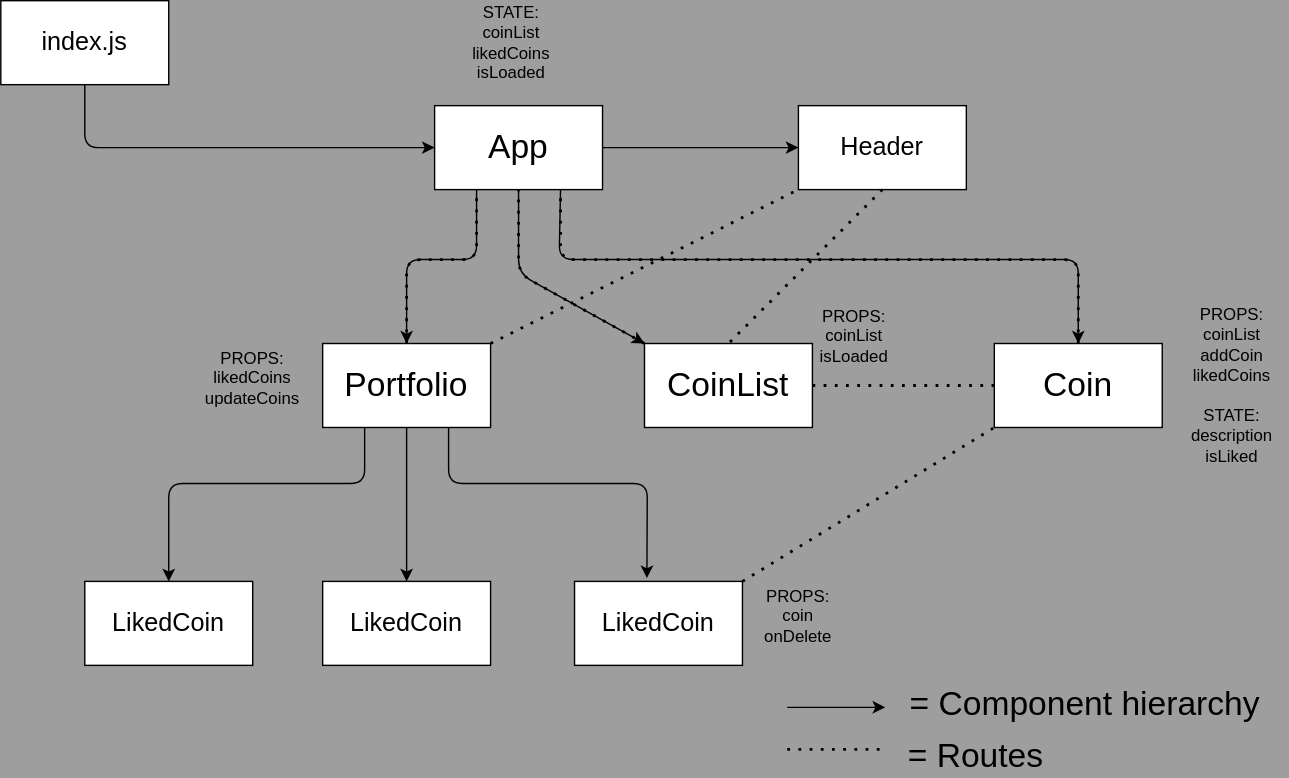
matthewkohn/crypto-explorer keeps this draw.io diagram as media/hierarchy.drawio.svg. Above is the earlier version. Source tidied: cells renumbered, new cells last; positions are measured from the earlier drawing's top-left corner, leaving out a move shared by most shapes. Its diagram source:
```xml
<mxGraphModel background="#9E9E9E">
  <root>
    <mxCell id="0" />
    <mxCell id="1" parent="0" />
    <mxCell id="2" style="edgeStyle=none;html=1;entryX=0;entryY=0.5;entryDx=0;entryDy=0;exitX=0.5;exitY=1;exitDx=0;exitDy=0;" parent="1" edge="1" source="3" target="6">
      <mxGeometry relative="1" as="geometry">
        <Array as="points">
          <mxPoint x="60" y="105" />
        </Array>
      </mxGeometry>
    </mxCell>
    <mxCell id="3" value="&lt;font style=&quot;font-size: 18px&quot;&gt;index.js&lt;/font&gt;" style="rounded=0;whiteSpace=wrap;html=1;" parent="1" vertex="1">
      <mxGeometry width="120" height="60" as="geometry" />
    </mxCell>
    <mxCell id="4" style="edgeStyle=none;html=1;exitX=0.25;exitY=1;exitDx=0;exitDy=0;" parent="1" edge="1" source="6" target="8">
      <mxGeometry relative="1" as="geometry">
        <Array as="points">
          <mxPoint x="340" y="185" />
          <mxPoint x="290" y="185" />
        </Array>
      </mxGeometry>
    </mxCell>
    <mxCell id="5" style="edgeStyle=none;html=1;entryX=0;entryY=0;entryDx=0;entryDy=0;exitX=0.5;exitY=1;exitDx=0;exitDy=0;" parent="1" edge="1" source="6" target="14">
      <mxGeometry relative="1" as="geometry">
        <Array as="points">
          <mxPoint x="370" y="195" />
        </Array>
      </mxGeometry>
    </mxCell>
    <mxCell id="6" value="&lt;font style=&quot;font-size: 24px&quot;&gt;App&lt;/font&gt;" style="rounded=0;whiteSpace=wrap;html=1;" parent="1" vertex="1">
      <mxGeometry x="310" y="75" width="120" height="60" as="geometry" />
    </mxCell>
    <mxCell id="7" style="edgeStyle=none;html=1;entryX=0.5;entryY=0;entryDx=0;entryDy=0;exitX=0.25;exitY=1;exitDx=0;exitDy=0;" parent="1" edge="1" source="8" target="9">
      <mxGeometry relative="1" as="geometry">
        <Array as="points">
          <mxPoint x="260" y="345" />
          <mxPoint x="120" y="345" />
        </Array>
      </mxGeometry>
    </mxCell>
    <mxCell id="8" value="&lt;font style=&quot;font-size: 24px&quot;&gt;Portfolio&lt;/font&gt;" style="rounded=0;whiteSpace=wrap;html=1;" parent="1" vertex="1">
      <mxGeometry x="230" y="245" width="120" height="60" as="geometry" />
    </mxCell>
    <mxCell id="9" value="&lt;font style=&quot;font-size: 18px&quot;&gt;LikedCoin&lt;/font&gt;" style="rounded=0;whiteSpace=wrap;html=1;" parent="1" vertex="1">
      <mxGeometry x="60" y="415" width="120" height="60" as="geometry" />
    </mxCell>
    <mxCell id="10" style="edgeStyle=none;html=1;exitX=0.5;exitY=1;exitDx=0;exitDy=0;entryX=0.5;entryY=0;entryDx=0;entryDy=0;" parent="1" edge="1" source="8" target="11">
      <mxGeometry relative="1" as="geometry">
        <Array as="points">
          <mxPoint x="290" y="375" />
        </Array>
      </mxGeometry>
    </mxCell>
    <mxCell id="11" value="&lt;font style=&quot;font-size: 18px&quot;&gt;LikedCoin&lt;/font&gt;" style="rounded=0;whiteSpace=wrap;html=1;" parent="1" vertex="1">
      <mxGeometry x="230" y="415" width="120" height="60" as="geometry" />
    </mxCell>
    <mxCell id="12" style="edgeStyle=none;html=1;exitX=0.75;exitY=1;exitDx=0;exitDy=0;entryX=0.431;entryY=-0.039;entryDx=0;entryDy=0;entryPerimeter=0;" parent="1" edge="1" source="8" target="13">
      <mxGeometry relative="1" as="geometry">
        <Array as="points">
          <mxPoint x="320" y="345" />
          <mxPoint x="462" y="345" />
        </Array>
      </mxGeometry>
    </mxCell>
    <mxCell id="13" value="&lt;font style=&quot;font-size: 18px&quot;&gt;LikedCoin&lt;/font&gt;" style="rounded=0;whiteSpace=wrap;html=1;" parent="1" vertex="1">
      <mxGeometry x="410" y="415" width="120" height="60" as="geometry" />
    </mxCell>
    <mxCell id="14" value="&lt;font style=&quot;font-size: 24px&quot;&gt;CoinList&lt;/font&gt;" style="rounded=0;whiteSpace=wrap;html=1;" parent="1" vertex="1">
      <mxGeometry x="460" y="245" width="120" height="60" as="geometry" />
    </mxCell>
    <mxCell id="15" value="&lt;font style=&quot;font-size: 24px&quot;&gt;Coin&lt;/font&gt;" style="rounded=0;whiteSpace=wrap;html=1;" parent="1" vertex="1">
      <mxGeometry x="710" y="245" width="120" height="60" as="geometry" />
    </mxCell>
    <mxCell id="16" value="&lt;font style=&quot;font-size: 18px&quot;&gt;Header&lt;/font&gt;" style="rounded=0;whiteSpace=wrap;html=1;" parent="1" vertex="1">
      <mxGeometry x="570" y="75" width="120" height="60" as="geometry" />
    </mxCell>
    <mxCell id="17" style="endArrow=none;dashed=1;html=1;dashPattern=1 3;strokeWidth=2;exitX=1;exitY=0;exitDx=0;exitDy=0;entryX=0;entryY=1;entryDx=0;entryDy=0;" parent="1" edge="1" source="8" target="16">
      <mxGeometry relative="1" as="geometry" />
    </mxCell>
    <mxCell id="18" style="endArrow=none;dashed=1;html=1;dashPattern=1 3;strokeWidth=2;exitX=0.5;exitY=1;exitDx=0;exitDy=0;entryX=0.5;entryY=0;entryDx=0;entryDy=0;" parent="1" edge="1" source="16" target="14">
      <mxGeometry relative="1" as="geometry" />
    </mxCell>
    <mxCell id="19" style="endArrow=classic;html=1;entryX=0;entryY=0.5;entryDx=0;entryDy=0;exitX=1;exitY=0.5;exitDx=0;exitDy=0;" parent="1" edge="1" source="6" target="16">
      <mxGeometry relative="1" as="geometry">
        <Array as="points">
          <mxPoint x="520" y="105" />
        </Array>
      </mxGeometry>
    </mxCell>
    <mxCell id="20" style="endArrow=none;dashed=1;html=1;dashPattern=1 3;strokeWidth=2;entryX=0;entryY=1;entryDx=0;entryDy=0;exitX=1;exitY=0;exitDx=0;exitDy=0;" parent="1" edge="1" source="13" target="15">
      <mxGeometry relative="1" as="geometry" />
    </mxCell>
    <mxCell id="21" style="endArrow=classic;html=1;" parent="1" edge="1">
      <mxGeometry relative="1" as="geometry">
        <mxPoint x="562" y="505" as="sourcePoint" />
        <mxPoint x="632" y="505" as="targetPoint" />
      </mxGeometry>
    </mxCell>
    <mxCell id="22" value="&lt;font style=&quot;font-size: 24px&quot;&gt;= Component hierarchy&lt;/font&gt;" style="text;html=1;strokeColor=none;fillColor=none;align=center;verticalAlign=middle;whiteSpace=wrap;rounded=0;" parent="1" vertex="1">
      <mxGeometry x="645" y="488" width="260" height="30" as="geometry" />
    </mxCell>
    <mxCell id="23" style="endArrow=none;dashed=1;html=1;dashPattern=1 3;strokeWidth=2;" parent="1" edge="1">
      <mxGeometry relative="1" as="geometry">
        <mxPoint x="562" y="535" as="sourcePoint" />
        <mxPoint x="632" y="535" as="targetPoint" />
      </mxGeometry>
    </mxCell>
    <mxCell id="24" value="&lt;font style=&quot;font-size: 24px&quot;&gt;= Routes&lt;/font&gt;" style="text;html=1;strokeColor=none;fillColor=none;align=center;verticalAlign=middle;whiteSpace=wrap;rounded=0;" parent="1" vertex="1">
      <mxGeometry x="642" y="525" width="110" height="30" as="geometry" />
    </mxCell>
    <mxCell id="25" style="endArrow=none;dashed=1;html=1;dashPattern=1 3;strokeWidth=2;fontSize=18;entryX=0;entryY=0.5;entryDx=0;entryDy=0;exitX=1;exitY=0.5;exitDx=0;exitDy=0;" parent="1" edge="1" source="14" target="15">
      <mxGeometry relative="1" as="geometry" />
    </mxCell>
    <mxCell id="26" style="endArrow=classic;html=1;fontSize=18;entryX=0.5;entryY=0;entryDx=0;entryDy=0;exitX=0.75;exitY=1;exitDx=0;exitDy=0;" parent="1" edge="1" source="6" target="15">
      <mxGeometry relative="1" as="geometry">
        <Array as="points">
          <mxPoint x="399" y="185" />
          <mxPoint x="770" y="185" />
        </Array>
      </mxGeometry>
    </mxCell>
    <mxCell id="27" style="endArrow=none;dashed=1;html=1;dashPattern=1 3;strokeWidth=2;fontSize=18;exitX=0.5;exitY=0;exitDx=0;exitDy=0;entryX=0.25;entryY=1;entryDx=0;entryDy=0;" parent="1" edge="1" source="8" target="6">
      <mxGeometry relative="1" as="geometry">
        <Array as="points">
          <mxPoint x="290" y="185" />
          <mxPoint x="340" y="185" />
        </Array>
      </mxGeometry>
    </mxCell>
    <mxCell id="28" style="endArrow=none;dashed=1;html=1;dashPattern=1 3;strokeWidth=2;exitX=0;exitY=0;exitDx=0;exitDy=0;entryX=0.5;entryY=1;entryDx=0;entryDy=0;" parent="1" edge="1" source="14" target="6">
      <mxGeometry relative="1" as="geometry">
        <Array as="points">
          <mxPoint x="370" y="195" />
        </Array>
      </mxGeometry>
    </mxCell>
    <mxCell id="29" style="endArrow=none;dashed=1;html=1;dashPattern=1 3;strokeWidth=2;exitX=0.5;exitY=0;exitDx=0;exitDy=0;entryX=0.75;entryY=1;entryDx=0;entryDy=0;" parent="1" edge="1" source="15" target="6">
      <mxGeometry relative="1" as="geometry">
        <Array as="points">
          <mxPoint x="770" y="185" />
          <mxPoint x="400" y="185" />
        </Array>
      </mxGeometry>
    </mxCell>
    <mxCell id="30" value="STATE:&lt;br&gt;coinList&lt;br&gt;likedCoins&lt;br&gt;isLoaded" style="text;html=1;strokeColor=none;fillColor=none;align=center;verticalAlign=middle;whiteSpace=wrap;rounded=0;" parent="1" vertex="1">
      <mxGeometry x="335" y="15" width="60" height="30" as="geometry" />
    </mxCell>
    <mxCell id="31" value="PROPS:&lt;br&gt;likedCoins&lt;br&gt;updateCoins" style="text;html=1;strokeColor=none;fillColor=none;align=center;verticalAlign=middle;whiteSpace=wrap;rounded=0;" parent="1" vertex="1">
      <mxGeometry x="150" y="255" width="60" height="30" as="geometry" />
    </mxCell>
    <mxCell id="32" value="PROPS:&lt;br&gt;coinList&lt;br&gt;isLoaded" style="text;html=1;strokeColor=none;fillColor=none;align=center;verticalAlign=middle;whiteSpace=wrap;rounded=0;" parent="1" vertex="1">
      <mxGeometry x="580" y="225" width="60" height="30" as="geometry" />
    </mxCell>
    <mxCell id="33" value="PROPS:&lt;br&gt;coinList&lt;br&gt;addCoin&lt;br&gt;likedCoins&lt;br&gt;&lt;br&gt;STATE:&lt;br&gt;description&lt;br&gt;isLiked" style="text;html=1;strokeColor=none;fillColor=none;align=center;verticalAlign=middle;whiteSpace=wrap;rounded=0;" parent="1" vertex="1">
      <mxGeometry x="840" y="210" width="80" height="130" as="geometry" />
    </mxCell>
    <mxCell id="34" value="PROPS:&lt;br&gt;coin&lt;br&gt;onDelete" style="text;html=1;strokeColor=none;fillColor=none;align=center;verticalAlign=middle;whiteSpace=wrap;rounded=0;" parent="1" vertex="1">
      <mxGeometry x="540" y="425" width="60" height="30" as="geometry" />
    </mxCell>
  </root>
</mxGraphModel>
```
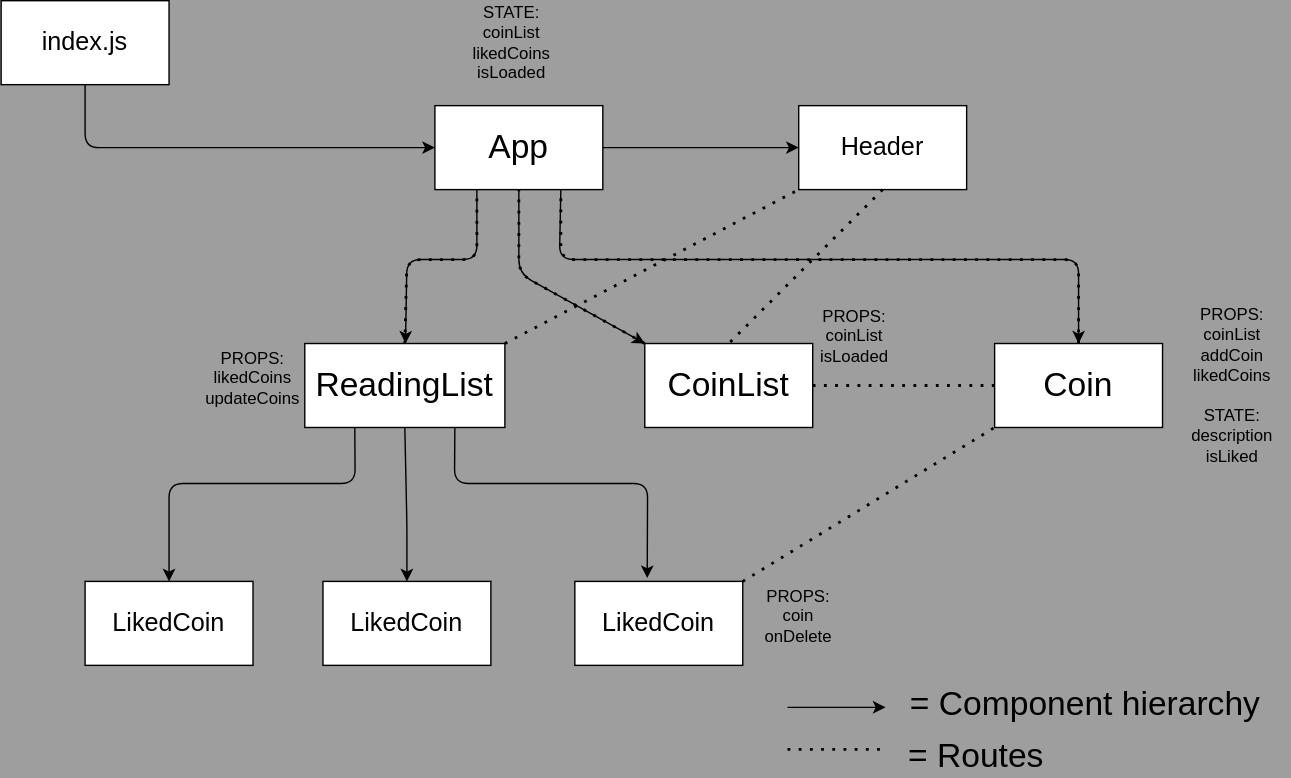
Above is the later version.

Commit message:
Change Portfolio component name to ReadingList

What changed in the source:
```diff
@@ -33,13 +33,13 @@
     <mxCell id="7" style="edgeStyle=none;html=1;entryX=0.5;entryY=0;entryDx=0;entryDy=0;exitX=0.25;exitY=1;exitDx=0;exitDy=0;" parent="1" edge="1" source="8" target="9">
       <mxGeometry relative="1" as="geometry">
         <Array as="points">
-          <mxPoint x="260" y="345" />
+          <mxPoint x="253" y="345" />
           <mxPoint x="120" y="345" />
         </Array>
       </mxGeometry>
     </mxCell>
-    <mxCell id="8" value="&lt;font style=&quot;font-size: 24px&quot;&gt;Portfolio&lt;/font&gt;" style="rounded=0;whiteSpace=wrap;html=1;" parent="1" vertex="1">
-      <mxGeometry x="230" y="245" width="120" height="60" as="geometry" />
+    <mxCell id="8" value="&lt;font style=&quot;font-size: 24px&quot;&gt;ReadingList&lt;/font&gt;" style="rounded=0;whiteSpace=wrap;html=1;" parent="1" vertex="1">
+      <mxGeometry x="217" y="245" width="143" height="60" as="geometry" />
     </mxCell>
     <mxCell id="9" value="&lt;font style=&quot;font-size: 18px&quot;&gt;LikedCoin&lt;/font&gt;" style="rounded=0;whiteSpace=wrap;html=1;" parent="1" vertex="1">
       <mxGeometry x="60" y="415" width="120" height="60" as="geometry" />
@@ -57,7 +57,7 @@
     <mxCell id="12" style="edgeStyle=none;html=1;exitX=0.75;exitY=1;exitDx=0;exitDy=0;entryX=0.431;entryY=-0.039;entryDx=0;entryDy=0;entryPerimeter=0;" parent="1" edge="1" source="8" target="13">
       <mxGeometry relative="1" as="geometry">
         <Array as="points">
-          <mxPoint x="320" y="345" />
+          <mxPoint x="324" y="345" />
           <mxPoint x="462" y="345" />
         </Array>
       </mxGeometry>
```
